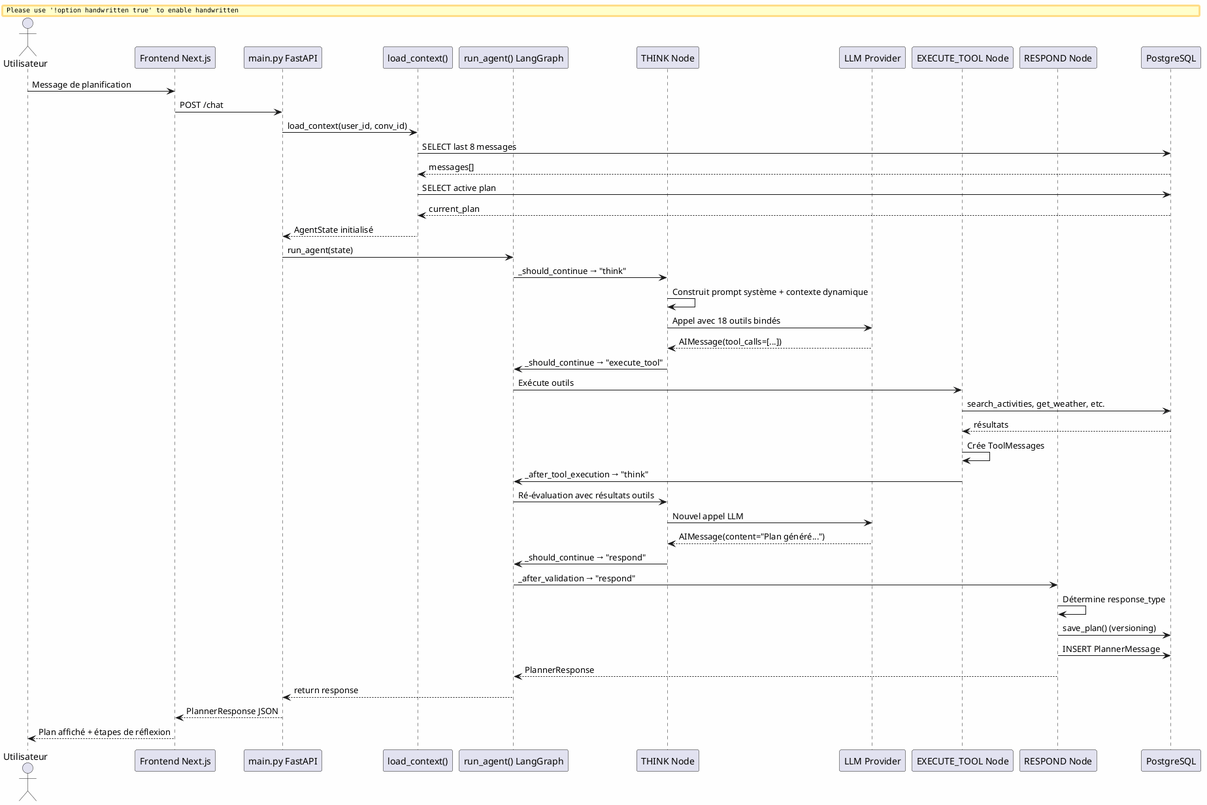
Earlier version of the PlantUML export diagrams/fig_02_agent_sequence.png (ahmed-addali/rapport). Its diagram source:
```plantuml
@startuml
skinparam backgroundColor #FEFEFE
skinparam handwritten false
skinparam defaultFontName "Arial"

actor "Utilisateur" as User
participant "Frontend Next.js" as Frontend
participant "main.py FastAPI" as FastAPI
participant "load_context()" as Context
participant "run_agent() LangGraph" as Agent
participant "THINK Node" as Think
participant "LLM Provider" as LLM
participant "EXECUTE_TOOL Node" as Exec
participant "RESPOND Node" as Respond
participant "PostgreSQL" as DB

User -> Frontend : Message de planification
Frontend -> FastAPI : POST /chat
FastAPI -> Context : load_context(user_id, conv_id)
Context -> DB : SELECT last 8 messages
DB --> Context : messages[]
Context -> DB : SELECT active plan
DB --> Context : current_plan
Context --> FastAPI : AgentState initialisé

FastAPI -> Agent : run_agent(state)
Agent -> Think : _should_continue → "think"

Think -> Think : Construit prompt système + contexte dynamique
Think -> LLM : Appel avec 18 outils bindés
LLM --> Think : AIMessage(tool_calls=[...])

Think -> Agent : _should_continue → "execute_tool"
Agent -> Exec : Exécute outils
Exec -> DB : search_activities, get_weather, etc.
DB --> Exec : résultats
Exec -> Exec : Crée ToolMessages
Exec -> Agent : _after_tool_execution → "think"

Agent -> Think : Ré-évaluation avec résultats outils
Think -> LLM : Nouvel appel LLM
LLM --> Think : AIMessage(content="Plan généré...")
Think -> Agent : _should_continue → "respond"

Agent -> Respond : _after_validation → "respond"
Respond -> Respond : Détermine response_type
Respond -> DB : save_plan() (versioning)
Respond -> DB : INSERT PlannerMessage
Respond --> Agent : PlannerResponse
Agent --> FastAPI : return response
FastAPI --> Frontend : PlannerResponse JSON
Frontend --> User : Plan affiché + étapes de réflexion

@enduml
```
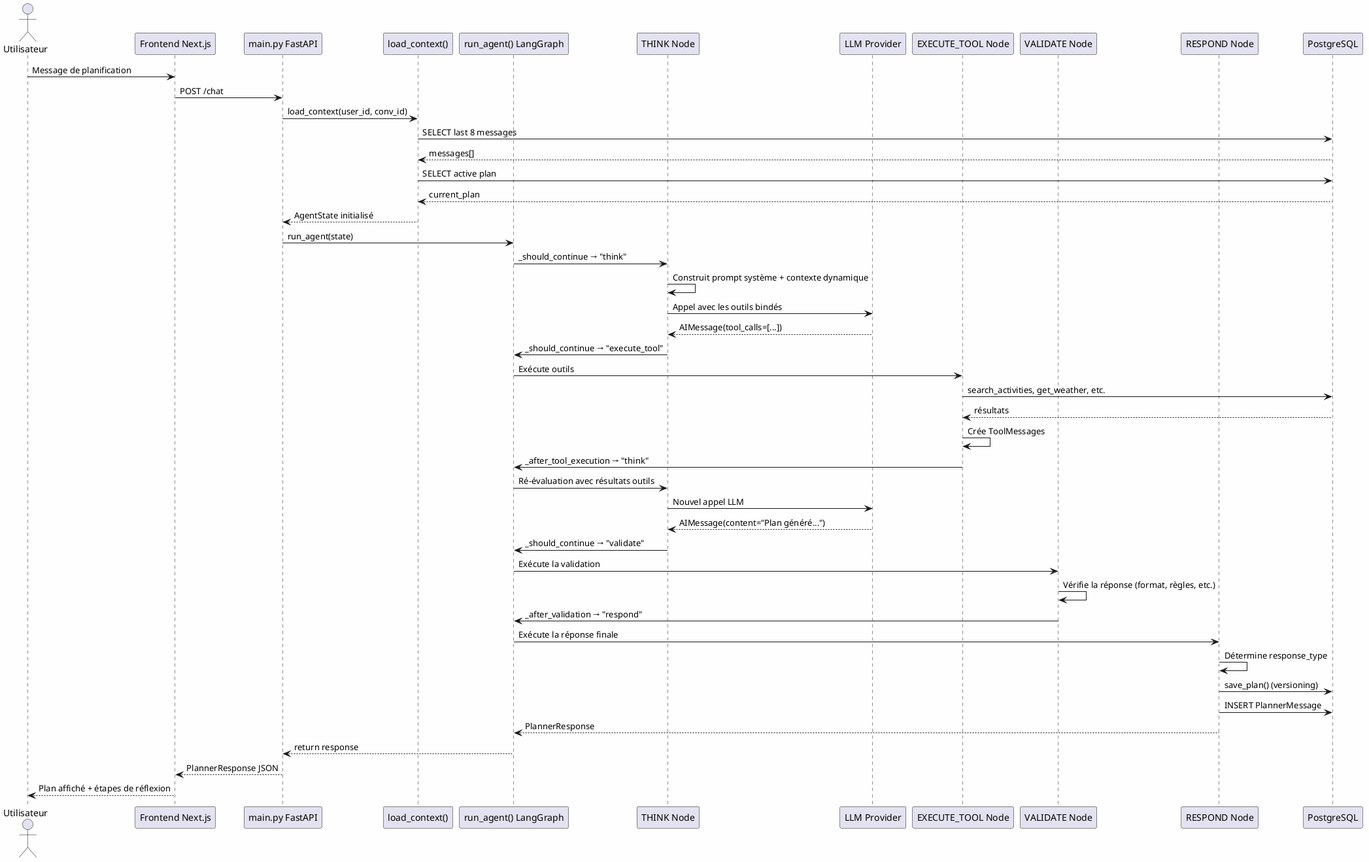
Later version of the same file.

Diff of the diagram source:
```diff
@@ -1,6 +1,5 @@
 @startuml
 skinparam backgroundColor #FEFEFE
-skinparam handwritten false
 skinparam defaultFontName "Arial"
 
 actor "Utilisateur" as User
@@ -11,6 +10,7 @@
 participant "THINK Node" as Think
 participant "LLM Provider" as LLM
 participant "EXECUTE_TOOL Node" as Exec
+participant "VALIDATE Node" as Validate
 participant "RESPOND Node" as Respond
 participant "PostgreSQL" as DB
 
@@ -27,7 +27,7 @@
 Agent -> Think : _should_continue → "think"
 
 Think -> Think : Construit prompt système + contexte dynamique
-Think -> LLM : Appel avec 18 outils bindés
+Think -> LLM : Appel avec les outils bindés
 LLM --> Think : AIMessage(tool_calls=[...])
 
 Think -> Agent : _should_continue → "execute_tool"
@@ -40,9 +40,17 @@
 Agent -> Think : Ré-évaluation avec résultats outils
 Think -> LLM : Nouvel appel LLM
 LLM --> Think : AIMessage(content="Plan généré...")
-Think -> Agent : _should_continue → "respond"
 
-Agent -> Respond : _after_validation → "respond"
+
+Think -> Agent : _should_continue → "validate"
+
+Agent -> Validate : Exécute la validation
+Validate -> Validate : Vérifie la réponse (format, règles, etc.)
+
+Validate -> Agent : _after_validation → "respond"
+
+
+Agent -> Respond : Exécute la réponse finale
 Respond -> Respond : Détermine response_type
 Respond -> DB : save_plan() (versioning)
 Respond -> DB : INSERT PlannerMessage
```
